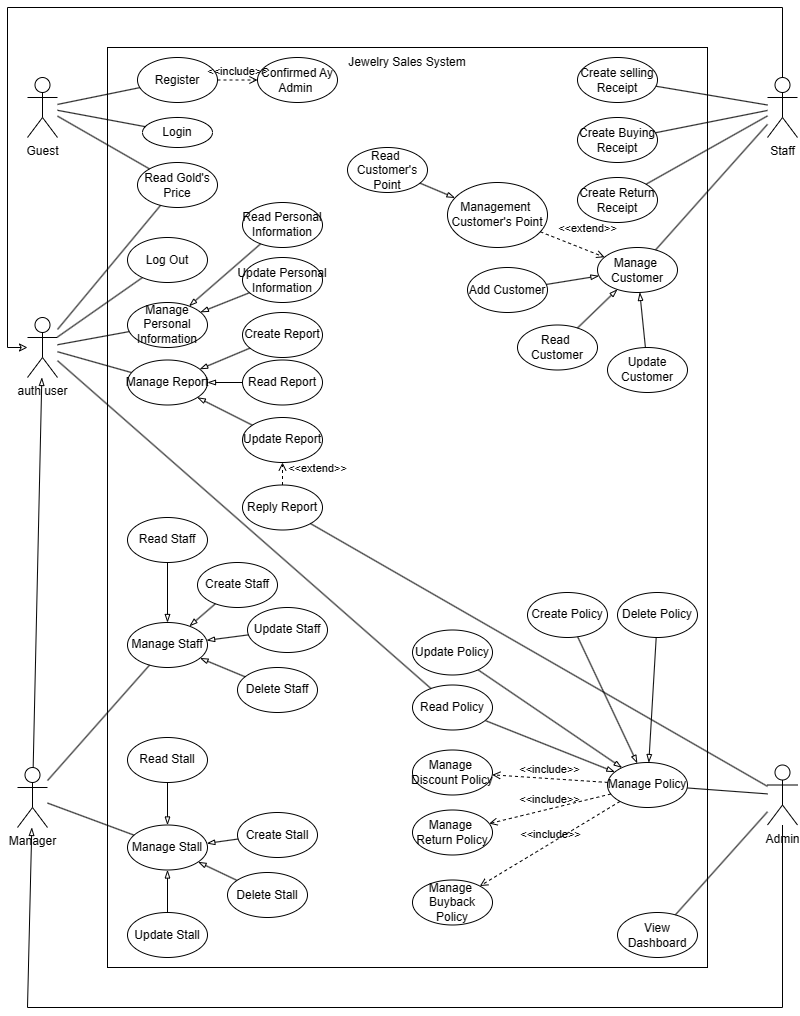
This is doc/Use case Diagram.png from hieuvau198/SWP-Jewelry-Sales-System, a draw.io export, as it was before one commit. Source tidied: cells renumbered, new cells last; positions are measured from the earlier drawing's top-left corner, leaving out a move shared by most shapes.
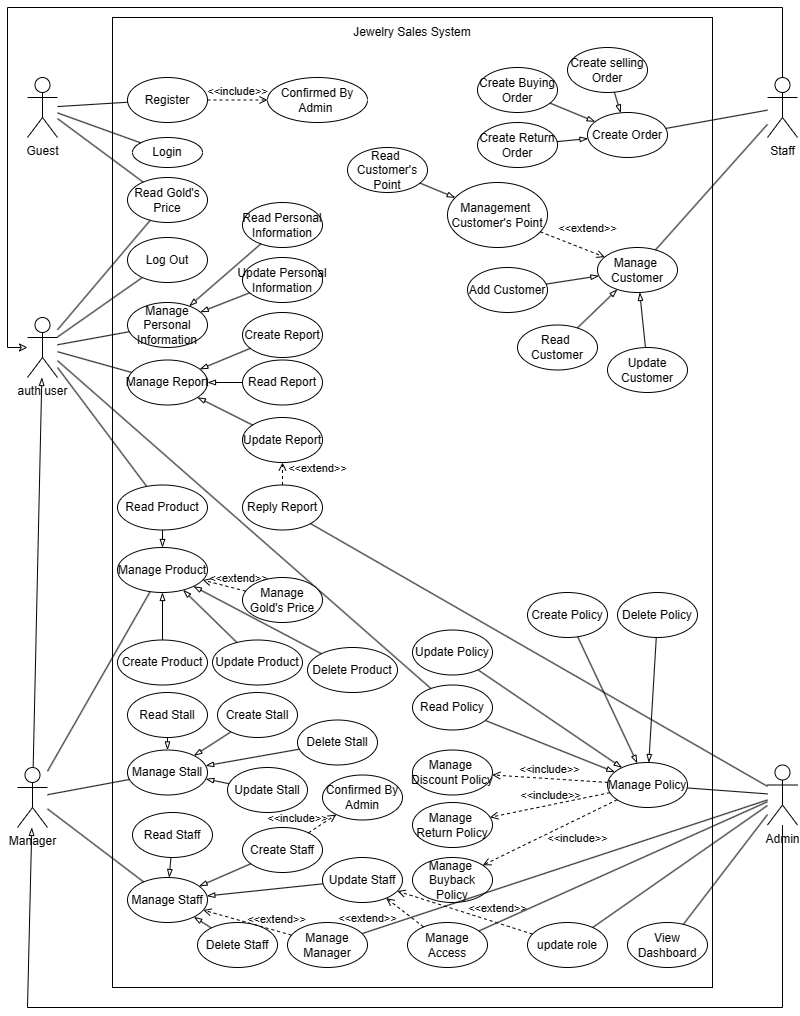
After the change.

Change to the diagram source:
```diff
@@ -3,7 +3,7 @@
     <mxCell id="0" />
     <mxCell id="1" parent="0" />
     <mxCell id="2" style="rounded=0;whiteSpace=wrap;html=1;" parent="1" vertex="1">
-      <mxGeometry x="100" y="40" width="600" height="920" as="geometry" />
+      <mxGeometry x="105" y="10" width="600" height="970" as="geometry" />
     </mxCell>
     <mxCell id="3" value="Guest" style="shape=umlActor;verticalLabelPosition=bottom;verticalAlign=top;html=1;outlineConnect=0;" parent="1" vertex="1">
       <mxGeometry x="20" y="70" width="30" height="60" as="geometry" />
@@ -27,29 +27,20 @@
       <mxGeometry x="10" y="760" width="30" height="60" as="geometry" />
     </mxCell>
     <mxCell id="8" value="Login" style="ellipse;whiteSpace=wrap;html=1;" parent="1" vertex="1">
-      <mxGeometry x="135" y="110" width="70" height="30" as="geometry" />
+      <mxGeometry x="125" y="130" width="70" height="30" as="geometry" />
     </mxCell>
     <mxCell id="9" style="endArrow=none;html=1;rounded=0;" parent="1" edge="1" source="3" target="8">
       <mxGeometry relative="1" as="geometry" />
     </mxCell>
-    <mxCell id="10" value="Create selling Receipt" style="ellipse;whiteSpace=wrap;html=1;" parent="1" vertex="1">
-      <mxGeometry x="570" y="50" width="80" height="45" as="geometry" />
+    <mxCell id="10" value="Create selling Order" style="ellipse;whiteSpace=wrap;html=1;" parent="1" vertex="1">
+      <mxGeometry x="560" y="40" width="80" height="45" as="geometry" />
     </mxCell>
-    <mxCell id="11" style="endArrow=none;html=1;rounded=0;" parent="1" edge="1" source="10" target="6">
-      <mxGeometry relative="1" as="geometry" />
-    </mxCell>
-    <mxCell id="12" value="Create Buying Receipt" style="ellipse;whiteSpace=wrap;html=1;" parent="1" vertex="1">
-      <mxGeometry x="570" y="110" width="80" height="45" as="geometry" />
+    <mxCell id="12" value="Create Buying Order" style="ellipse;whiteSpace=wrap;html=1;" parent="1" vertex="1">
+      <mxGeometry x="470" y="60" width="80" height="45" as="geometry" />
     </mxCell>
-    <mxCell id="13" value="Create Return Receipt" style="ellipse;whiteSpace=wrap;html=1;" parent="1" vertex="1">
-      <mxGeometry x="570" y="170" width="80" height="45" as="geometry" />
+    <mxCell id="13" value="Create Return Order" style="ellipse;whiteSpace=wrap;html=1;" parent="1" vertex="1">
+      <mxGeometry x="470" y="115" width="80" height="45" as="geometry" />
     </mxCell>
-    <mxCell id="14" style="endArrow=none;html=1;rounded=0;" parent="1" edge="1" source="13" target="6">
-      <mxGeometry relative="1" as="geometry" />
-    </mxCell>
-    <mxCell id="15" style="endArrow=none;html=1;rounded=0;" parent="1" edge="1" source="12" target="6">
-      <mxGeometry relative="1" as="geometry" />
-    </mxCell>
     <mxCell id="16" style="rounded=0;jettySize=auto;html=1;endArrow=none;endFill=0;" parent="1" edge="1" source="17" target="18">
       <mxGeometry relative="1" as="geometry" />
     </mxCell>
@@ -93,28 +84,28 @@
       <mxGeometry relative="1" as="geometry" />
     </mxCell>
     <mxCell id="30" value="View Dashboard" style="ellipse;whiteSpace=wrap;html=1;" parent="1" vertex="1">
-      <mxGeometry x="610" y="905" width="80" height="45" as="geometry" />
+      <mxGeometry x="620" y="915" width="80" height="45" as="geometry" />
     </mxCell>
     <mxCell id="31" style="rounded=0;jettySize=auto;html=1;endArrow=none;endFill=0;" parent="1" edge="1" source="4" target="30">
       <mxGeometry relative="1" as="geometry" />
     </mxCell>
     <mxCell id="32" value="Read Gold's Price" style="ellipse;whiteSpace=wrap;html=1;" parent="1" vertex="1">
-      <mxGeometry x="130" y="155" width="80" height="45" as="geometry" />
+      <mxGeometry x="120" y="170" width="80" height="45" as="geometry" />
     </mxCell>
     <mxCell id="33" value="Jewelry Sales System" style="text;html=1;align=center;verticalAlign=middle;whiteSpace=wrap;rounded=0;" parent="1" vertex="1">
-      <mxGeometry x="100" y="40" width="600" height="30" as="geometry" />
+      <mxGeometry x="105" y="10" width="600" height="30" as="geometry" />
     </mxCell>
     <mxCell id="34" style="rounded=0;jettySize=auto;html=1;endArrow=none;endFill=0;" parent="1" edge="1" source="3" target="32">
       <mxGeometry relative="1" as="geometry" />
     </mxCell>
     <mxCell id="35" value="Register" style="ellipse;whiteSpace=wrap;html=1;" parent="1" vertex="1">
-      <mxGeometry x="130" y="50" width="80" height="45" as="geometry" />
+      <mxGeometry x="120" y="70" width="80" height="45" as="geometry" />
     </mxCell>
     <mxCell id="36" style="endArrow=none;html=1;rounded=0;" parent="1" edge="1" source="4" target="60">
       <mxGeometry relative="1" as="geometry" />
     </mxCell>
-    <mxCell id="37" value="Confirmed Ay Admin&amp;nbsp;" style="ellipse;whiteSpace=wrap;html=1;" parent="1" vertex="1">
-      <mxGeometry x="250" y="50" width="80" height="45" as="geometry" />
+    <mxCell id="37" value="Confirmed By Admin&amp;nbsp;" style="ellipse;whiteSpace=wrap;html=1;" parent="1" vertex="1">
+      <mxGeometry x="260" y="70" width="100" height="45" as="geometry" />
     </mxCell>
     <mxCell id="38" value="&amp;lt;&amp;lt;include&amp;gt;&amp;gt;" style="html=1;verticalAlign=bottom;labelBackgroundColor=none;endArrow=open;endFill=0;dashed=1;rounded=0;" parent="1" edge="1" source="35" target="37">
       <mxGeometry relative="1" as="geometry" />
@@ -207,13 +198,15 @@
       <mxGeometry x="405" y="677.5" width="80" height="45" as="geometry" />
     </mxCell>
     <mxCell id="68" value="Manage&amp;nbsp; Return&amp;nbsp;Policy" style="ellipse;whiteSpace=wrap;html=1;" parent="1" vertex="1">
-      <mxGeometry x="405" y="802.5" width="80" height="45" as="geometry" />
+      <mxGeometry x="405" y="795" width="80" height="45" as="geometry" />
     </mxCell>
     <mxCell id="69" value="Manage&amp;nbsp; Buyback Policy" style="ellipse;whiteSpace=wrap;html=1;" parent="1" vertex="1">
-      <mxGeometry x="405" y="872.5" width="80" height="45" as="geometry" />
+      <mxGeometry x="405" y="850" width="80" height="45" as="geometry" />
     </mxCell>
     <mxCell id="70" value="&amp;lt;&amp;lt;include&amp;gt;&amp;gt;" style="html=1;verticalAlign=bottom;labelBackgroundColor=none;endArrow=open;endFill=0;dashed=1;rounded=0;" parent="1" edge="1" source="60" target="69">
-      <mxGeometry relative="1" as="geometry" />
+      <mxGeometry x="-0.24" y="26" relative="1" as="geometry">
+        <mxPoint y="-1" as="offset" />
+      </mxGeometry>
     </mxCell>
     <mxCell id="71" value="&amp;lt;&amp;lt;include&amp;gt;&amp;gt;" style="html=1;verticalAlign=bottom;labelBackgroundColor=none;endArrow=open;endFill=0;dashed=1;rounded=0;" parent="1" edge="1" source="60" target="68">
       <mxGeometry relative="1" as="geometry" />
@@ -222,19 +215,19 @@
       <mxGeometry relative="1" as="geometry" />
     </mxCell>
     <mxCell id="73" value="Manage&amp;nbsp;&lt;span style=&quot;background-color: initial;&quot;&gt;Staff&lt;/span&gt;" style="ellipse;whiteSpace=wrap;html=1;" parent="1" vertex="1">
-      <mxGeometry x="120" y="615" width="80" height="45" as="geometry" />
+      <mxGeometry x="120" y="870" width="80" height="45" as="geometry" />
     </mxCell>
     <mxCell id="74" value="&lt;span style=&quot;background-color: initial;&quot;&gt;Delete Staff&lt;/span&gt;" style="ellipse;whiteSpace=wrap;html=1;" parent="1" vertex="1">
-      <mxGeometry x="230" y="660" width="80" height="45" as="geometry" />
+      <mxGeometry x="190" y="915" width="80" height="45" as="geometry" />
     </mxCell>
     <mxCell id="75" value="&lt;span style=&quot;background-color: initial;&quot;&gt;Update Staff&lt;/span&gt;" style="ellipse;whiteSpace=wrap;html=1;" parent="1" vertex="1">
-      <mxGeometry x="240" y="600" width="80" height="45" as="geometry" />
+      <mxGeometry x="315" y="850" width="80" height="45" as="geometry" />
     </mxCell>
     <mxCell id="76" value="&lt;span style=&quot;background-color: initial;&quot;&gt;Read Staff&lt;/span&gt;" style="ellipse;whiteSpace=wrap;html=1;" parent="1" vertex="1">
-      <mxGeometry x="120" y="510" width="80" height="45" as="geometry" />
+      <mxGeometry x="125" y="805" width="80" height="45" as="geometry" />
     </mxCell>
     <mxCell id="77" value="&lt;span style=&quot;background-color: initial;&quot;&gt;Create Staff&lt;/span&gt;" style="ellipse;whiteSpace=wrap;html=1;" parent="1" vertex="1">
-      <mxGeometry x="190" y="555" width="80" height="45" as="geometry" />
+      <mxGeometry x="235" y="820" width="80" height="45" as="geometry" />
     </mxCell>
     <mxCell id="78" style="rounded=0;jettySize=auto;html=1;endArrow=blockThin;endFill=0;" parent="1" edge="1" source="77" target="73">
       <mxGeometry relative="1" as="geometry" />
@@ -252,19 +245,19 @@
       <mxGeometry relative="1" as="geometry" />
     </mxCell>
     <mxCell id="83" value="Manage&amp;nbsp;&lt;span style=&quot;background-color: initial;&quot;&gt;Stall&lt;/span&gt;" style="ellipse;whiteSpace=wrap;html=1;" parent="1" vertex="1">
-      <mxGeometry x="120" y="817.5" width="80" height="45" as="geometry" />
+      <mxGeometry x="120" y="742.5" width="80" height="45" as="geometry" />
     </mxCell>
     <mxCell id="84" value="&lt;span style=&quot;background-color: initial;&quot;&gt;Create Stall&lt;/span&gt;" style="ellipse;whiteSpace=wrap;html=1;" parent="1" vertex="1">
-      <mxGeometry x="230" y="805" width="80" height="45" as="geometry" />
+      <mxGeometry x="210" y="685" width="80" height="45" as="geometry" />
     </mxCell>
     <mxCell id="85" value="&lt;span style=&quot;background-color: initial;&quot;&gt;Delete Stall&lt;/span&gt;" style="ellipse;whiteSpace=wrap;html=1;" parent="1" vertex="1">
-      <mxGeometry x="220" y="865" width="80" height="45" as="geometry" />
+      <mxGeometry x="290" y="712.5" width="80" height="45" as="geometry" />
     </mxCell>
     <mxCell id="86" value="&lt;span style=&quot;background-color: initial;&quot;&gt;Update Stall&lt;/span&gt;" style="ellipse;whiteSpace=wrap;html=1;" parent="1" vertex="1">
-      <mxGeometry x="120" y="905" width="80" height="45" as="geometry" />
+      <mxGeometry x="220" y="760" width="80" height="45" as="geometry" />
     </mxCell>
     <mxCell id="87" value="&lt;span style=&quot;background-color: initial;&quot;&gt;Read Stall&lt;/span&gt;" style="ellipse;whiteSpace=wrap;html=1;" parent="1" vertex="1">
-      <mxGeometry x="120" y="730" width="80" height="45" as="geometry" />
+      <mxGeometry x="120" y="685" width="80" height="45" as="geometry" />
     </mxCell>
     <mxCell id="88" style="rounded=0;jettySize=auto;html=1;endArrow=blockThin;endFill=0;" parent="1" edge="1" source="87" target="83">
       <mxGeometry relative="1" as="geometry" />
@@ -298,5 +291,94 @@
         </Array>
       </mxGeometry>
     </mxCell>
+    <mxCell id="97" value="Manage&amp;nbsp;&lt;span style=&quot;background-color: initial;&quot;&gt;Product&lt;/span&gt;" style="ellipse;whiteSpace=wrap;html=1;" parent="1" vertex="1">
+      <mxGeometry x="110" y="540" width="90" height="45" as="geometry" />
+    </mxCell>
+    <mxCell id="98" value="&lt;span style=&quot;background-color: initial;&quot;&gt;Create&amp;nbsp;&lt;/span&gt;Product" style="ellipse;whiteSpace=wrap;html=1;" parent="1" vertex="1">
+      <mxGeometry x="110" y="632.5" width="90" height="45" as="geometry" />
+    </mxCell>
+    <mxCell id="99" value="&lt;span style=&quot;background-color: initial;&quot;&gt;Delete&amp;nbsp;&lt;/span&gt;Product" style="ellipse;whiteSpace=wrap;html=1;" parent="1" vertex="1">
+      <mxGeometry x="300" y="640" width="90" height="45" as="geometry" />
+    </mxCell>
+    <mxCell id="100" value="&lt;span style=&quot;background-color: initial;&quot;&gt;Update&amp;nbsp;&lt;/span&gt;Product" style="ellipse;whiteSpace=wrap;html=1;" parent="1" vertex="1">
+      <mxGeometry x="205" y="632.5" width="90" height="45" as="geometry" />
+    </mxCell>
+    <mxCell id="101" value="&lt;span style=&quot;background-color: initial;&quot;&gt;Read&amp;nbsp;&lt;/span&gt;Product" style="ellipse;whiteSpace=wrap;html=1;" parent="1" vertex="1">
+      <mxGeometry x="110" y="477.5" width="90" height="45" as="geometry" />
+    </mxCell>
+    <mxCell id="102" style="rounded=0;jettySize=auto;html=1;endArrow=blockThin;endFill=0;" parent="1" edge="1" source="101" target="97">
+      <mxGeometry relative="1" as="geometry" />
+    </mxCell>
+    <mxCell id="103" style="rounded=0;jettySize=auto;html=1;endArrow=blockThin;endFill=0;" parent="1" edge="1" source="99" target="97">
+      <mxGeometry relative="1" as="geometry" />
+    </mxCell>
+    <mxCell id="104" style="rounded=0;jettySize=auto;html=1;endArrow=blockThin;endFill=0;" parent="1" edge="1" source="100" target="97">
+      <mxGeometry relative="1" as="geometry" />
+    </mxCell>
+    <mxCell id="105" style="rounded=0;jettySize=auto;html=1;endArrow=blockThin;endFill=0;" parent="1" edge="1" source="98" target="97">
+      <mxGeometry relative="1" as="geometry" />
+    </mxCell>
+    <mxCell id="106" value="&amp;lt;&amp;lt;extend&amp;gt;&amp;gt;" style="html=1;verticalAlign=bottom;labelBackgroundColor=none;endArrow=open;endFill=0;dashed=1;rounded=0;" parent="1" edge="1" source="107" target="97">
+      <mxGeometry x="-0.64" y="-2" relative="1" as="geometry" />
+    </mxCell>
+    <mxCell id="107" value="Manage Gold's Price" style="ellipse;whiteSpace=wrap;html=1;" parent="1" vertex="1">
+      <mxGeometry x="235" y="570" width="80" height="45" as="geometry" />
+    </mxCell>
+    <mxCell id="108" style="endArrow=none;html=1;rounded=0;" parent="1" edge="1" source="97" target="7">
+      <mxGeometry relative="1" as="geometry" />
+    </mxCell>
+    <mxCell id="109" style="endArrow=none;html=1;rounded=0;" parent="1" edge="1" source="17" target="101">
+      <mxGeometry relative="1" as="geometry" />
+    </mxCell>
+    <mxCell id="110" value="Manage Manager" style="ellipse;whiteSpace=wrap;html=1;" parent="1" vertex="1">
+      <mxGeometry x="280" y="915" width="80" height="45" as="geometry" />
+    </mxCell>
+    <mxCell id="111" style="rounded=0;jettySize=auto;html=1;endArrow=none;endFill=0;" parent="1" edge="1" source="4" target="110">
+      <mxGeometry relative="1" as="geometry" />
+    </mxCell>
+    <mxCell id="112" value="&amp;lt;&amp;lt;extend&amp;gt;&amp;gt;" style="html=1;verticalAlign=bottom;labelBackgroundColor=none;endArrow=open;endFill=0;dashed=1;rounded=0;" parent="1" edge="1" source="110" target="73">
+      <mxGeometry x="-0.64" y="-2" relative="1" as="geometry" />
+    </mxCell>
+    <mxCell id="113" value="Create Order" style="ellipse;whiteSpace=wrap;html=1;" parent="1" vertex="1">
+      <mxGeometry x="580" y="105" width="80" height="45" as="geometry" />
+    </mxCell>
+    <mxCell id="114" style="rounded=0;jettySize=auto;html=1;endArrow=blockThin;endFill=0;" parent="1" edge="1" source="13" target="113">
+      <mxGeometry relative="1" as="geometry" />
+    </mxCell>
+    <mxCell id="115" style="rounded=0;jettySize=auto;html=1;endArrow=blockThin;endFill=0;" parent="1" edge="1" source="12" target="113">
+      <mxGeometry relative="1" as="geometry" />
+    </mxCell>
+    <mxCell id="116" style="rounded=0;jettySize=auto;html=1;endArrow=blockThin;endFill=0;" parent="1" edge="1" source="10" target="113">
+      <mxGeometry relative="1" as="geometry" />
+    </mxCell>
+    <mxCell id="117" style="endArrow=none;html=1;rounded=0;" parent="1" edge="1" source="113" target="6">
+      <mxGeometry relative="1" as="geometry" />
+    </mxCell>
+    <mxCell id="118" value="update role" style="ellipse;whiteSpace=wrap;html=1;" parent="1" vertex="1">
+      <mxGeometry x="520" y="915" width="80" height="45" as="geometry" />
+    </mxCell>
+    <mxCell id="119" value="&amp;lt;&amp;lt;extend&amp;gt;&amp;gt;" style="html=1;verticalAlign=bottom;labelBackgroundColor=none;endArrow=open;endFill=0;dashed=1;rounded=0;" parent="1" edge="1" source="118" target="75">
+      <mxGeometry x="-0.46" y="-5" relative="1" as="geometry" />
+    </mxCell>
+    <mxCell id="120" style="rounded=0;jettySize=auto;html=1;endArrow=none;endFill=0;" parent="1" edge="1" source="4" target="123">
+      <mxGeometry relative="1" as="geometry" />
+    </mxCell>
+    <mxCell id="121" value="&lt;span style=&quot;background-color: initial;&quot;&gt;Confirmed By Admin&lt;/span&gt;" style="ellipse;whiteSpace=wrap;html=1;" parent="1" vertex="1">
+      <mxGeometry x="315" y="767.5" width="80" height="45" as="geometry" />
+    </mxCell>
+    <mxCell id="122" value="&amp;lt;&amp;lt;include&amp;gt;&amp;gt;" style="html=1;verticalAlign=bottom;labelBackgroundColor=none;endArrow=open;endFill=0;dashed=1;rounded=0;" parent="1" edge="1" source="77" target="121">
+      <mxGeometry x="-1" y="12" relative="1" as="geometry">
+        <mxPoint x="-4" y="5" as="offset" />
+      </mxGeometry>
+    </mxCell>
+    <mxCell id="123" value="Manage Access" style="ellipse;whiteSpace=wrap;html=1;" parent="1" vertex="1">
+      <mxGeometry x="400" y="915" width="80" height="45" as="geometry" />
+    </mxCell>
+    <mxCell id="124" value="&amp;lt;&amp;lt;extend&amp;gt;&amp;gt;" style="html=1;verticalAlign=bottom;labelBackgroundColor=none;endArrow=open;endFill=0;dashed=1;rounded=0;" parent="1" edge="1" source="123" target="75">
+      <mxGeometry x="0.87" y="35" relative="1" as="geometry" />
+    </mxCell>
+    <mxCell id="125" style="endArrow=none;html=1;rounded=0;" parent="1" edge="1" source="118" target="4">
+      <mxGeometry relative="1" as="geometry" />
+    </mxCell>
   </root>
 </mxGraphModel>
```
